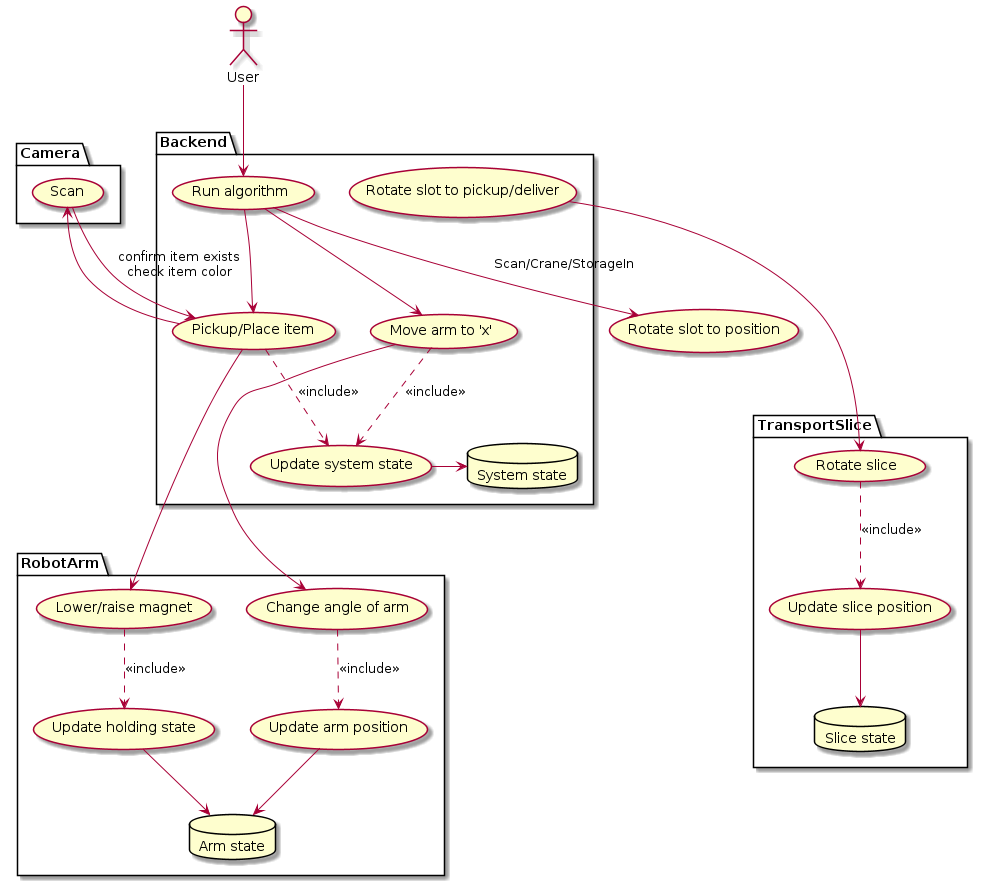
The PlantUML diagram docs/diagrams/use-case-diagram-v1.png in devantler/software-engineering-f22-shared, before a commit.
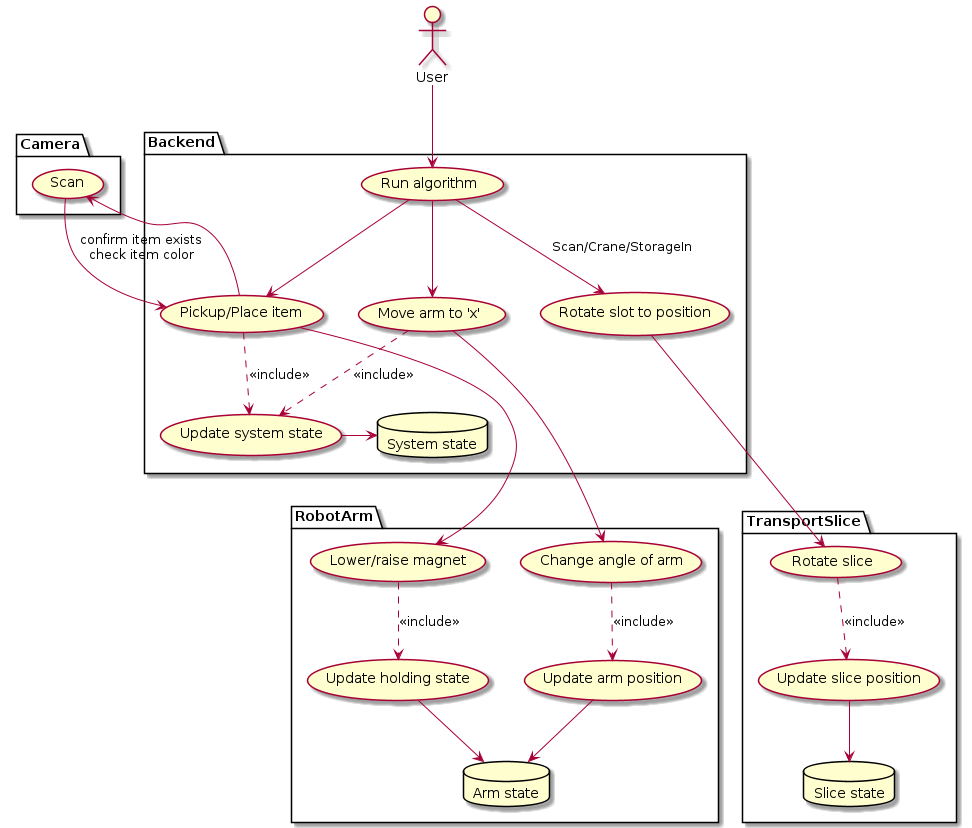
After the commit.

Commit message:
Fixed typo in use-case diagram, and changed plantuml export location to be next to the source files.

Change to the diagram source:
```diff
@@ -22,7 +22,7 @@
     (Run algorithm)
     (Update system state)
     (Move arm to 'x')
-    (Rotate slot to pickup/deliver)
+    (Rotate slot to position)
     (Pickup/Place item)
 }
 
@@ -50,7 +50,7 @@
 (Update holding state) --> armState
 
 
-(Rotate slot to pickup/deliver) ---> (Rotate slice)
+(Rotate slot to position) ---> (Rotate slice)
 (Rotate slice) ..> (Update slice position) : <<include>>
 (Update slice position) --> sliceState
 
```
